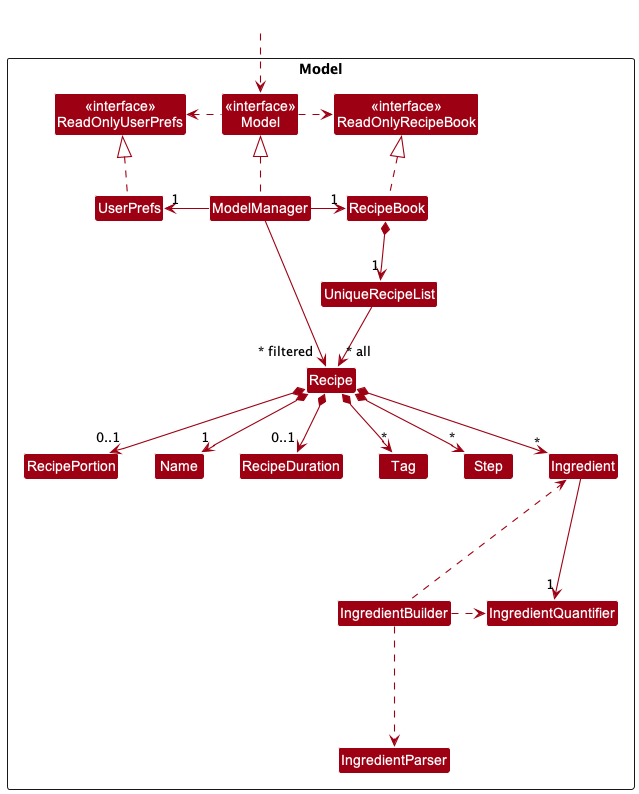
Before: docs/images/ModelClassDiagram.png, a diagram exported from PlantUML (AY2223S2-CS2103-T13-2/tp).
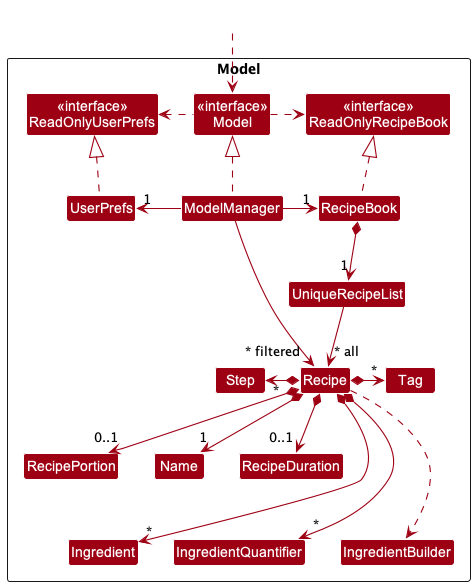
Later version of the same file.

Commit message:
Add finalized UML diagrams for `Model` package

Change to the diagram source:
```diff
@@ -20,9 +20,8 @@
 Class Tag
 Class Step
 Class Ingredient
-Class IngredientParser
+Class IngredientQuantifier
 Class IngredientBuilder
-Class IngredientQuantifier
 }
 
 Class HiddenOutside #FFFFFF
@@ -40,17 +39,14 @@
 
 RecipeBook *--> "1" UniqueRecipeList
 UniqueRecipeList --> "~* all" Recipe
-Recipe *--> "1" Name
+Recipe *--right-> "*" Tag
+Recipe *--left-> "*" Step
 Recipe *--> "0..1" RecipeDuration
 Recipe *--> "0..1" RecipePortion
-Recipe *--> "*" Tag
-Recipe *--> "*" Step
-Recipe *--> "*" Ingredient
-Ingredient <... IngredientBuilder
-
-Ingredient ---> "1" IngredientQuantifier
-IngredientQuantifier <.left. IngredientBuilder
-IngredientBuilder ...> IngredientParser
+Recipe *--> "1" Name
+Recipe *---> "*" Ingredient
+Recipe *---> "*" IngredientQuantifier
+Recipe ...> IngredientBuilder
 
 ModelManager -->"~* filtered" Recipe
 @enduml
```
